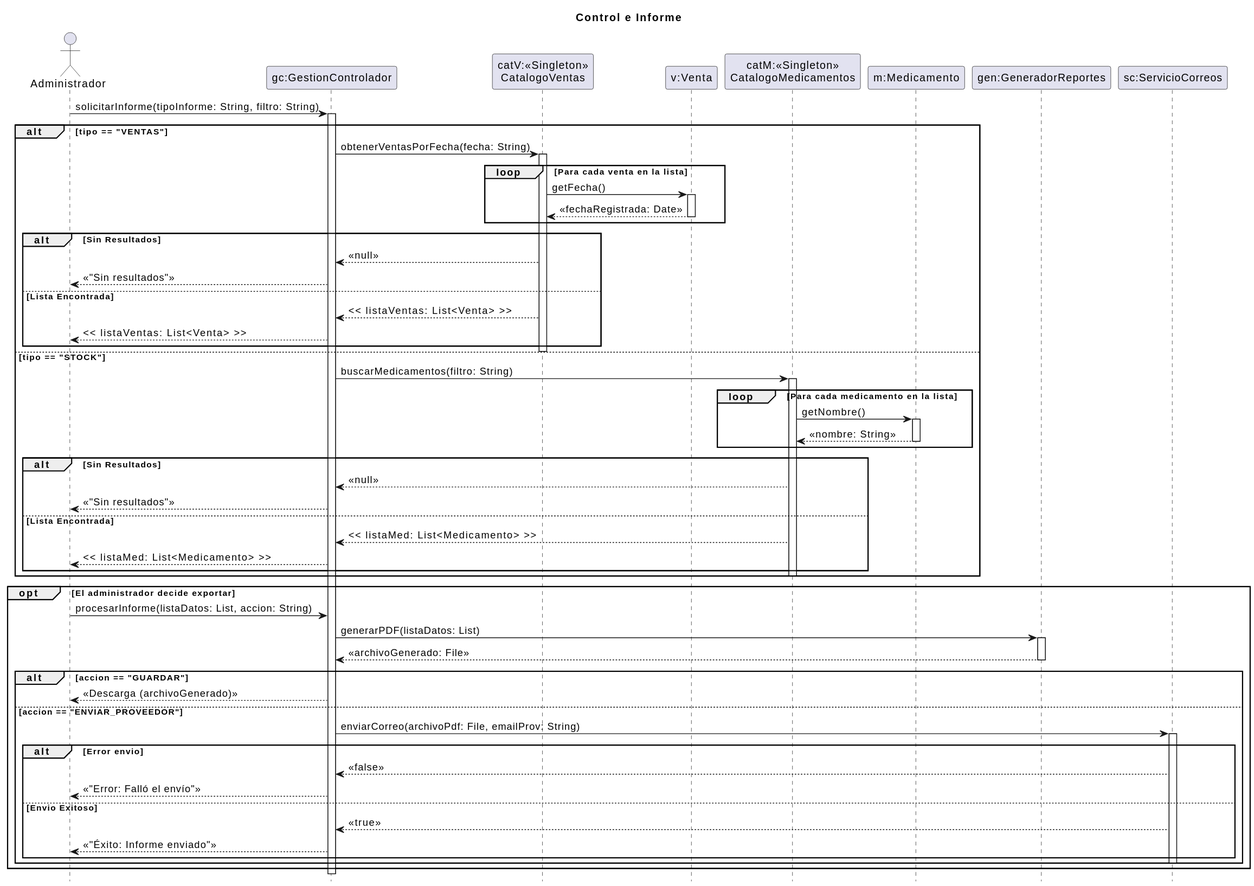
Above: 08 - Diagramas de Secuencia de Diseño/Control e Informe/CONTROL_E_INFORME.svg in zEzequR/PF-I (PlantUML), before the change.
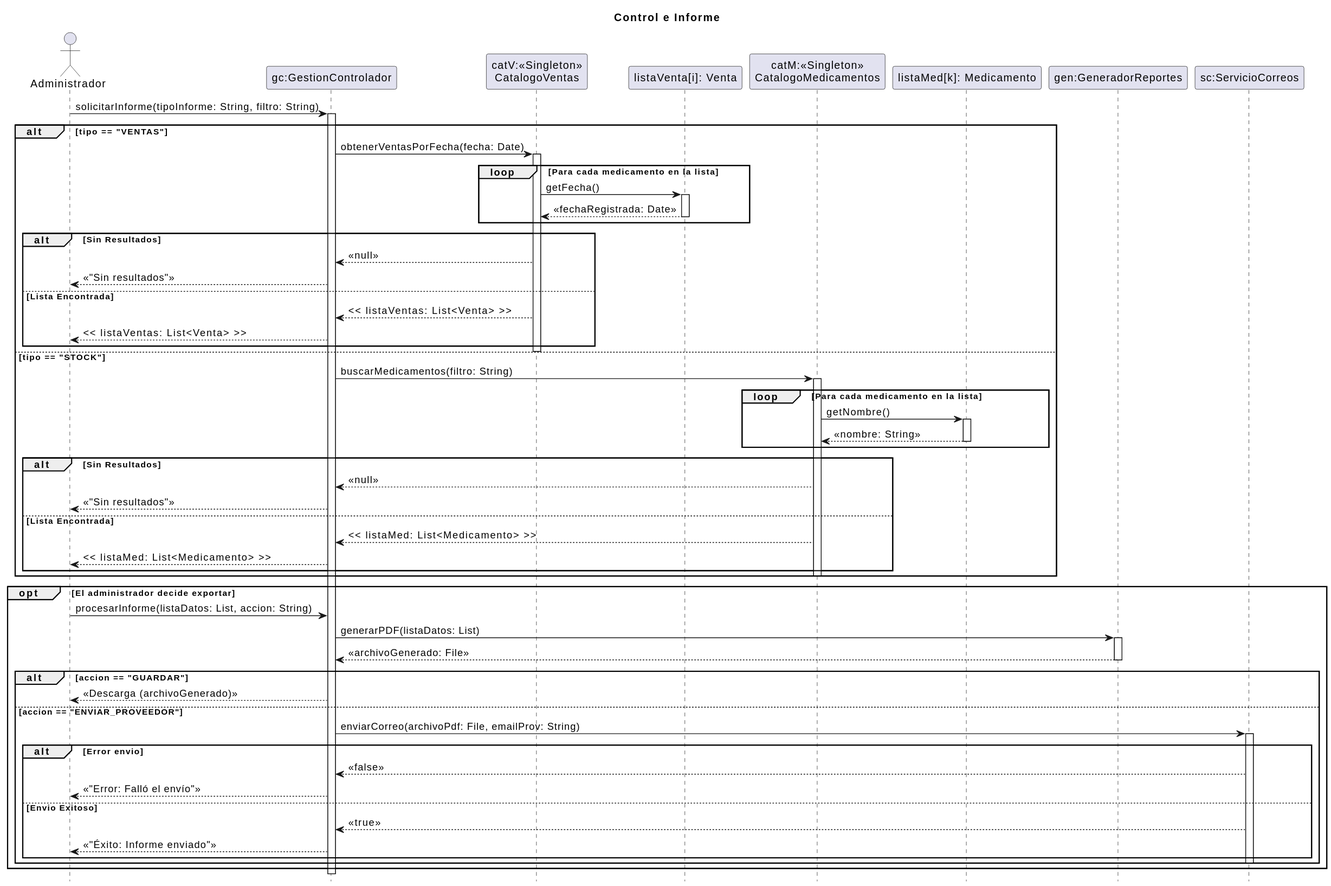
The same file after the commit.

The edit, as a diff of the source:
```diff
@@ -6,9 +6,9 @@
 actor "Administrador" as admin
 participant "gc:GestionControlador" as ctrl
 participant "catV:<<Singleton>>\nCatalogoVentas" as cat_ventas
-participant "v:Venta" as venta
+participant "listaVenta[i]: Venta" as venta
 participant "catM:<<Singleton>>\nCatalogoMedicamentos" as cat_med
-participant "m:Medicamento" as med
+participant "listaMed[k]: Medicamento" as med
 participant "gen:GeneradorReportes" as gen
 participant "sc:ServicioCorreos" as srv_mail
 
@@ -16,10 +16,10 @@
 activate ctrl
 
 alt tipo == "VENTAS"
-    ctrl -> cat_ventas : obtenerVentasPorFecha(fecha: String)
+    ctrl -> cat_ventas : obtenerVentasPorFecha(fecha: Date)
     activate cat_ventas
 
-    loop Para cada venta en la lista
+    loop Para cada medicamento en la lista
         cat_ventas -> venta : getFecha()
         activate venta
         venta --> cat_ventas : << fechaRegistrada: Date >>
```
